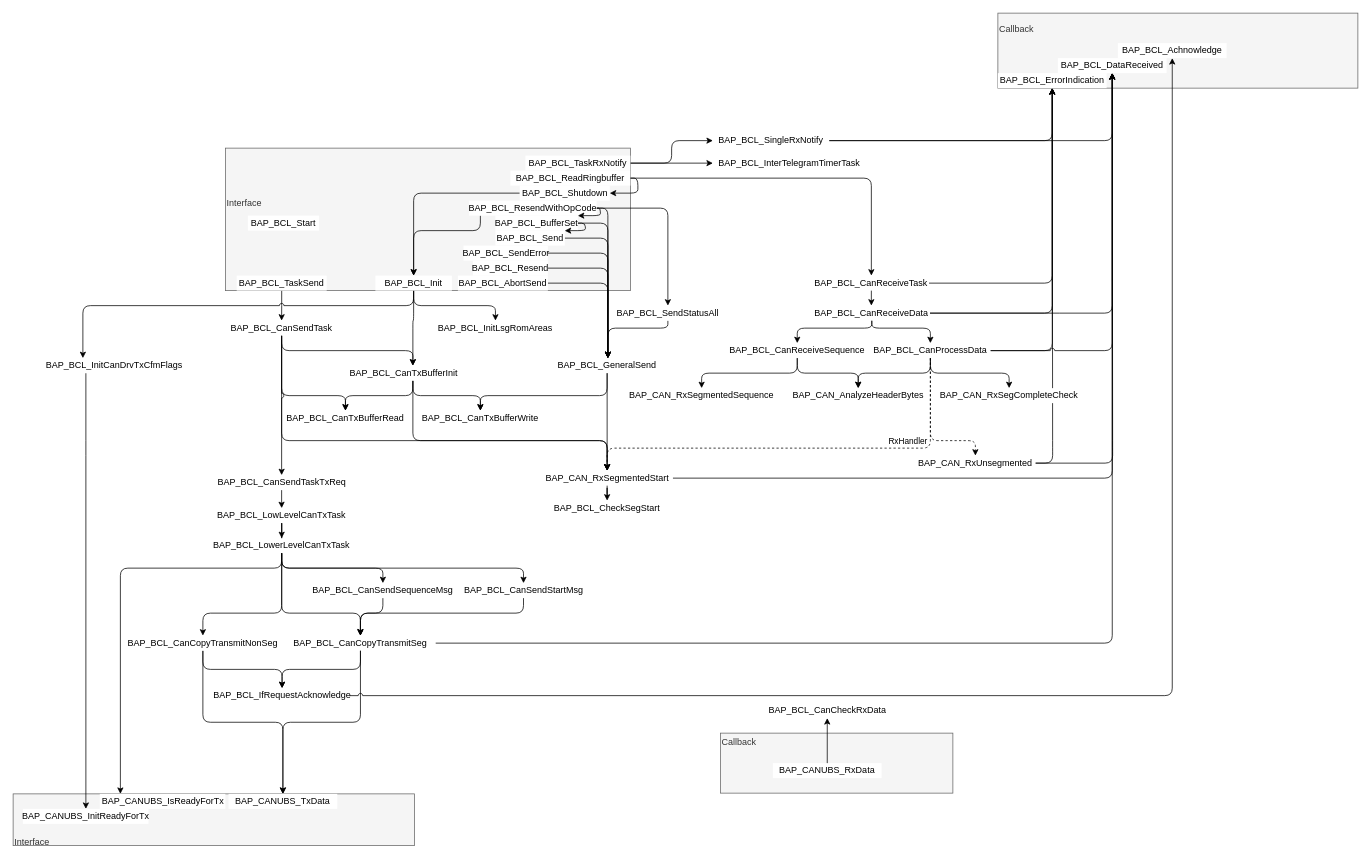
This is Untitled Diagram.drawio from danielroehrborn/flow-design-cheatsheet, a draw.io file, before an edit. Source tidied: cells renumbered, new cells numbered last; positions are measured from the earlier drawing's top-left corner, leaving out a move shared by most shapes. Both pictures are drawn from the tidied source at 75%, with x=0, y=0 at pixel (13, 13).
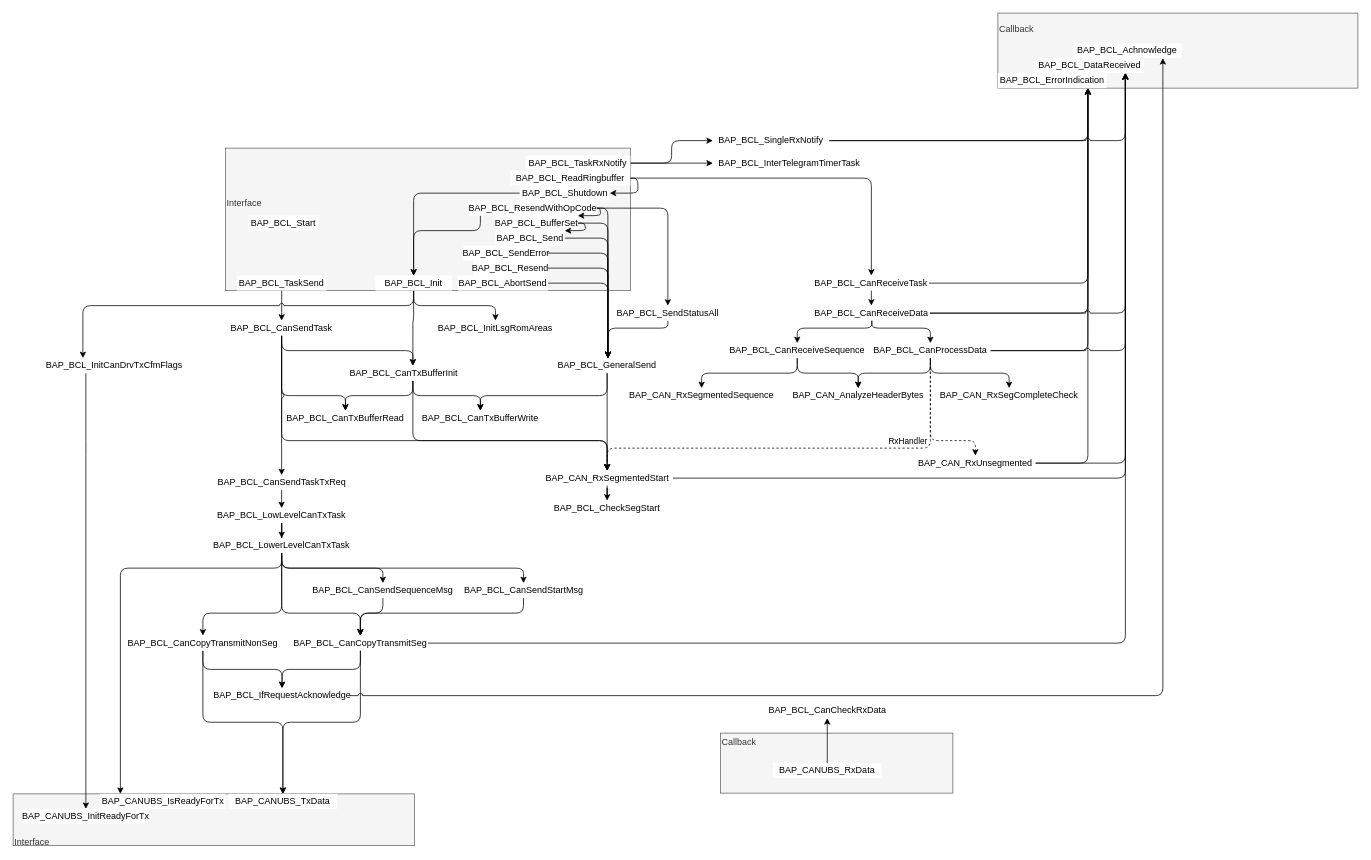
Above is the later version.

The change refers to these unchanged cells:
```xml
<mxCell id="40" value="BAP_BCL_SingleRxNotify" style="rounded=0;whiteSpace=wrap;html=1;strokeColor=none;" parent="1" vertex="1">
  <mxGeometry x="933" y="160" width="155" height="20" as="geometry" />
</mxCell>
<mxCell id="53" value="BAP_CAN_RxSegmentedStart" style="rounded=0;whiteSpace=wrap;html=1;strokeColor=none;" parent="1" vertex="1">
  <mxGeometry x="704.5" y="610" width="175" height="20" as="geometry" />
</mxCell>
<mxCell id="86" value="BAP_BCL_ErrorIndication" style="rounded=0;whiteSpace=wrap;html=1;strokeColor=none;" parent="1" vertex="1">
  <mxGeometry x="1313" y="80" width="145" height="20" as="geometry" />
</mxCell>
<mxCell id="98" value="BAP_BCL_IfRequestAcknowledge" style="rounded=0;whiteSpace=wrap;html=1;strokeColor=none;" parent="1" vertex="1">
  <mxGeometry x="268.6" y="900" width="180" height="20" as="geometry" />
</mxCell>
<mxCell id="103" value="BAP_BCL_CanReceiveTask" style="rounded=0;whiteSpace=wrap;html=1;strokeColor=none;" parent="1" vertex="1">
  <mxGeometry x="1067.4" y="350" width="153.8" height="20" as="geometry" />
</mxCell>
<mxCell id="104" value="BAP_CAN_RxUnsegmented" style="rounded=0;whiteSpace=wrap;html=1;strokeColor=none;" parent="1" vertex="1">
  <mxGeometry x="1203" y="590" width="160" height="20" as="geometry" />
</mxCell>
<mxCell id="105" value="BAP_BCL_CanProcessData" style="rounded=0;whiteSpace=wrap;html=1;strokeColor=none;" parent="1" vertex="1">
  <mxGeometry x="1143" y="440" width="160" height="20" as="geometry" />
</mxCell>
<mxCell id="110" value="BAP_BCL_CanReceiveData" style="rounded=0;whiteSpace=wrap;html=1;strokeColor=none;" parent="1" vertex="1">
  <mxGeometry x="1067.4" y="390" width="155" height="20" as="geometry" />
</mxCell>
```

What changed in the source:
```diff
@@
-    <mxCell id="28" style="edgeStyle=orthogonalEdgeStyle;rounded=1;jettySize=auto;html=1;entryX=0.5;entryY=1;entryDx=0;entryDy=0;exitX=1;exitY=0.5;exitDx=0;exitDy=0;jumpStyle=arc;" parent="1" edge="1" source="96" target="87">
-      <mxGeometry relative="1" as="geometry" />
+    <mxCell id="28" style="edgeStyle=orthogonalEdgeStyle;rounded=1;jettySize=auto;html=1;exitX=1;exitY=0.5;exitDx=0;exitDy=0;jumpStyle=arc;" parent="1" edge="1" source="96" target="87">
+      <mxGeometry relative="1" as="geometry">
+        <Array as="points">
+          <mxPoint x="1483" y="840" />
+        </Array>
+      </mxGeometry>
     </mxCell>
@@
-    <mxCell id="30" style="edgeStyle=orthogonalEdgeStyle;rounded=1;jettySize=auto;html=1;entryX=0.5;entryY=1;entryDx=0;entryDy=0;jumpStyle=arc;" parent="1" edge="1" source="98" target="88">
-      <mxGeometry relative="1" as="geometry" />
+    <mxCell id="30" style="edgeStyle=orthogonalEdgeStyle;rounded=1;jettySize=auto;html=1;jumpStyle=arc;" parent="1" edge="1" source="98" target="88">
+      <mxGeometry relative="1" as="geometry">
+        <Array as="points">
+          <mxPoint x="1533" y="910" />
+        </Array>
+      </mxGeometry>
     </mxCell>
     <mxCell id="31" style="edgeStyle=orthogonalEdgeStyle;rounded=1;jettySize=auto;html=1;" parent="1" edge="1" source="103" target="86">
-      <mxGeometry relative="1" as="geometry" />
+      <mxGeometry relative="1" as="geometry">
+        <Array as="points">
+          <mxPoint x="1433" y="360" />
+        </Array>
+      </mxGeometry>
     </mxCell>
     <mxCell id="32" style="edgeStyle=orthogonalEdgeStyle;rounded=1;jettySize=auto;html=1;" parent="1" edge="1" source="110" target="86">
-      <mxGeometry relative="1" as="geometry" />
+      <mxGeometry relative="1" as="geometry">
+        <Array as="points">
+          <mxPoint x="1433" y="400" />
+        </Array>
+      </mxGeometry>
     </mxCell>
     <mxCell id="33" style="edgeStyle=orthogonalEdgeStyle;rounded=1;jettySize=auto;html=1;strokeWidth=1;jumpStyle=none;" parent="1" edge="1" source="105" target="86">
-      <mxGeometry relative="1" as="geometry" />
+      <mxGeometry relative="1" as="geometry">
+        <Array as="points">
+          <mxPoint x="1433" y="450" />
+        </Array>
+      </mxGeometry>
     </mxCell>
-    <mxCell id="34" style="edgeStyle=orthogonalEdgeStyle;rounded=1;jettySize=auto;html=1;entryX=0.5;entryY=1;entryDx=0;entryDy=0;" parent="1" edge="1" source="53" target="87">
-      <mxGeometry relative="1" as="geometry" />
+    <mxCell id="34" style="edgeStyle=orthogonalEdgeStyle;rounded=1;jettySize=auto;html=1;" parent="1" edge="1" source="53" target="87">
+      <mxGeometry relative="1" as="geometry">
+        <Array as="points">
+          <mxPoint x="1483" y="620" />
+        </Array>
+      </mxGeometry>
     </mxCell>
-    <mxCell id="35" style="edgeStyle=orthogonalEdgeStyle;rounded=1;jettySize=auto;html=1;entryX=0.5;entryY=1;entryDx=0;entryDy=0;" parent="1" edge="1" source="104" target="87">
+    <mxCell id="35" style="edgeStyle=orthogonalEdgeStyle;rounded=1;jettySize=auto;html=1;" parent="1" edge="1" source="104" target="87">
       <mxGeometry relative="1" as="geometry">
         <Array as="points">
-          <mxPoint x="1466" y="580" />
-          <mxPoint x="1466" y="325" />
+          <mxPoint x="1483" y="600" />
         </Array>
       </mxGeometry>
     </mxCell>
-    <mxCell id="36" style="edgeStyle=orthogonalEdgeStyle;rounded=1;jettySize=auto;html=1;entryX=0.5;entryY=1;entryDx=0;entryDy=0;jumpStyle=none;strokeWidth=1;" parent="1" edge="1" source="104" target="86">
+    <mxCell id="36" style="edgeStyle=orthogonalEdgeStyle;rounded=1;jettySize=auto;html=1;jumpStyle=none;strokeWidth=1;" parent="1" edge="1" source="104" target="86">
       <mxGeometry relative="1" as="geometry">
         <Array as="points">
-          <mxPoint x="1386" y="580" />
-          <mxPoint x="1386" y="335" />
+          <mxPoint x="1433" y="600" />
         </Array>
       </mxGeometry>
     </mxCell>
@@
-    <mxCell id="38" style="edgeStyle=orthogonalEdgeStyle;rounded=1;jettySize=auto;html=1;" parent="1" edge="1" source="40" target="87">
-      <mxGeometry relative="1" as="geometry" />
+    <mxCell id="38" style="edgeStyle=orthogonalEdgeStyle;rounded=1;jettySize=auto;html=1;jumpStyle=arc;" parent="1" edge="1" source="40" target="87">
+      <mxGeometry relative="1" as="geometry">
+        <Array as="points">
+          <mxPoint x="1483" y="170" />
+        </Array>
+      </mxGeometry>
     </mxCell>
     <mxCell id="39" style="edgeStyle=orthogonalEdgeStyle;rounded=1;jettySize=auto;html=1;" parent="1" edge="1" source="40" target="86">
-      <mxGeometry relative="1" as="geometry" />
+      <mxGeometry relative="1" as="geometry">
+        <Array as="points">
+          <mxPoint x="1433" y="170" />
+        </Array>
+      </mxGeometry>
     </mxCell>
@@
     <mxCell id="84" style="edgeStyle=orthogonalEdgeStyle;rounded=1;jumpStyle=arc;jettySize=auto;html=1;strokeWidth=1;" parent="1" edge="1" source="105" target="87">
-      <mxGeometry relative="1" as="geometry" />
+      <mxGeometry relative="1" as="geometry">
+        <Array as="points">
+          <mxPoint x="1483" y="450" />
+        </Array>
+      </mxGeometry>
     </mxCell>
     <mxCell id="85" style="edgeStyle=orthogonalEdgeStyle;rounded=1;jumpStyle=arc;jettySize=auto;html=1;strokeWidth=1;" parent="1" edge="1" source="110" target="87">
-      <mxGeometry relative="1" as="geometry" />
+      <mxGeometry relative="1" as="geometry">
+        <Array as="points">
+          <mxPoint x="1483" y="400" />
+        </Array>
+      </mxGeometry>
     </mxCell>
@@
     <mxCell id="87" value="BAP_BCL_DataReceived" style="rounded=0;whiteSpace=wrap;html=1;strokeColor=none;" parent="1" vertex="1">
-      <mxGeometry x="1393" y="60" width="145" height="20" as="geometry" />
+      <mxGeometry x="1363" y="60" width="145" height="20" as="geometry" />
     </mxCell>
     <mxCell id="88" value="BAP_BCL_Achnowledge" style="rounded=0;whiteSpace=wrap;html=1;strokeColor=none;" parent="1" vertex="1">
-      <mxGeometry x="1473" y="40" width="145" height="20" as="geometry" />
+      <mxGeometry x="1413" y="40" width="145" height="20" as="geometry" />
     </mxCell>
@@
     <mxCell id="96" value="BAP_BCL_CanCopyTransmitSeg" style="rounded=0;whiteSpace=wrap;html=1;strokeColor=none;" parent="1" vertex="1">
-      <mxGeometry x="363.1" y="830" width="200" height="20" as="geometry" />
+      <mxGeometry x="373" y="830" width="179.9" height="20" as="geometry" />
     </mxCell>
```
